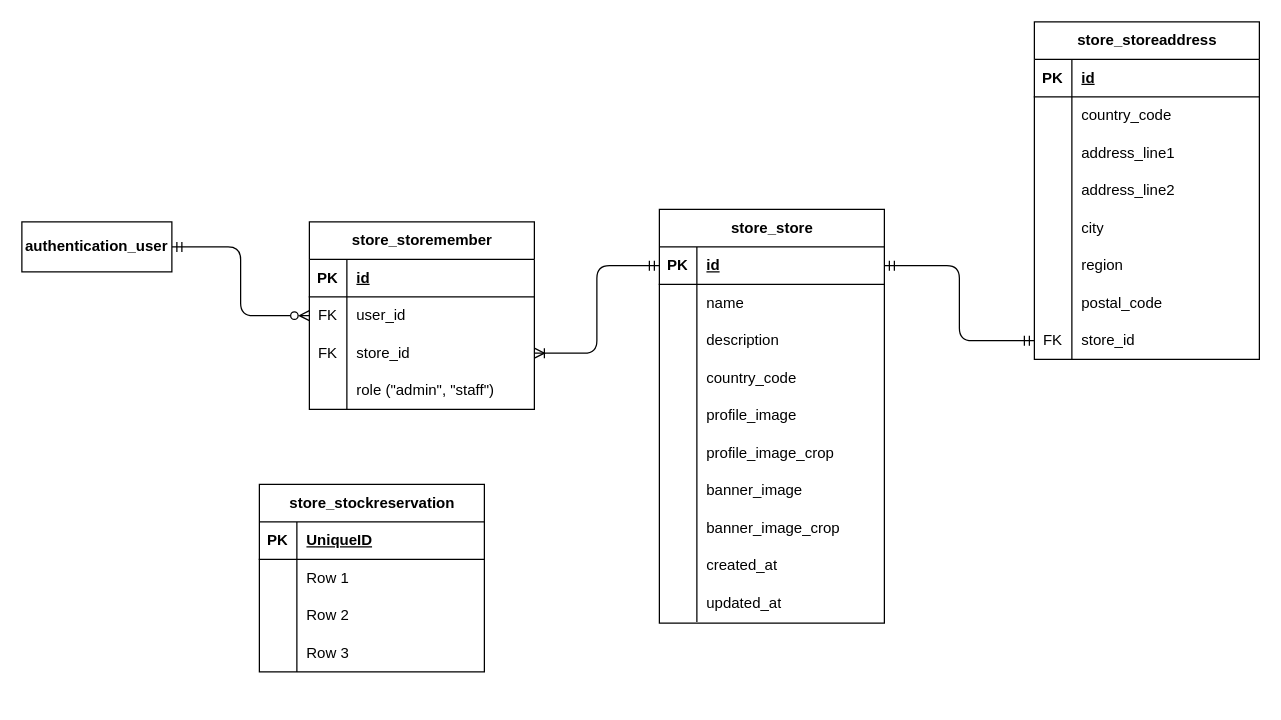
Before: page "Store" (7 of 10) of diagrams/erd/e-commerce-entity-relationship-diagram.drawio in RHILIUS/E-Commerce-Docs, a draw.io diagram. Source tidied: cells renumbered, new cells numbered last; positions are measured from the earlier drawing's top-left corner, leaving out a move shared by most shapes. Both pictures are drawn from the tidied source at 125%, with x=0, y=0 at pixel (21, 21).
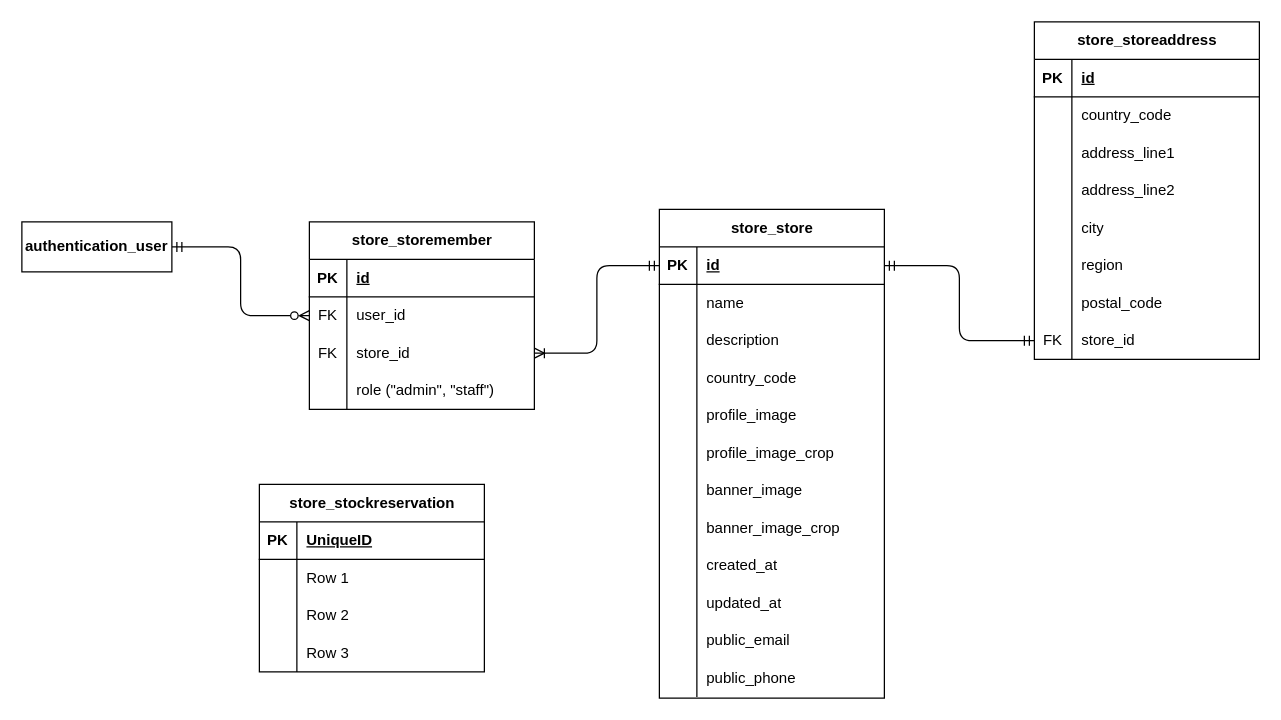
The same page after the edit.

Commit message:
feat(erd-store): add public_email and public_phone fields in store_store

Diff of the diagram source:
```diff
@@
     <mxCell id="2" value="store_store" style="shape=table;startSize=30;childLayout=tableLayout;rowLines=0;fontStyle=1;align=center;html=1;" parent="1" vertex="1">
-      <mxGeometry x="510" y="150" width="180" height="331" as="geometry" />
+      <mxGeometry x="510" y="150" width="180" height="391" as="geometry" />
     </mxCell>
@@
+    <mxCell id="88" style="shape=tableRow;horizontal=0;startSize=0;swimlaneHead=0;swimlaneBody=0;fillColor=none;top=0;left=0;right=0;bottom=0;" parent="2" vertex="1">
+      <mxGeometry y="330" width="180" height="30" as="geometry" />
+    </mxCell>
+    <mxCell id="89" style="shape=partialRectangle;fillColor=none;top=0;left=0;bottom=0;right=0;overflow=hidden;whiteSpace=wrap;html=1;" parent="88" vertex="1">
+      <mxGeometry width="30" height="30" as="geometry" />
+    </mxCell>
+    <mxCell id="90" value="public_email" style="shape=partialRectangle;fillColor=none;top=0;left=0;bottom=0;right=0;align=left;spacingLeft=6;overflow=hidden;whiteSpace=wrap;html=1;" parent="88" vertex="1">
+      <mxGeometry x="30" width="150" height="30" as="geometry" />
+    </mxCell>
+    <mxCell id="91" style="shape=tableRow;horizontal=0;startSize=0;swimlaneHead=0;swimlaneBody=0;fillColor=none;top=0;left=0;right=0;bottom=0;" parent="2" vertex="1">
+      <mxGeometry y="360" width="180" height="30" as="geometry" />
+    </mxCell>
+    <mxCell id="92" style="shape=partialRectangle;fillColor=none;top=0;left=0;bottom=0;right=0;overflow=hidden;whiteSpace=wrap;html=1;" parent="91" vertex="1">
+      <mxGeometry width="30" height="30" as="geometry" />
+    </mxCell>
+    <mxCell id="93" value="public_phone" style="shape=partialRectangle;fillColor=none;top=0;left=0;bottom=0;right=0;align=left;spacingLeft=6;overflow=hidden;whiteSpace=wrap;html=1;" parent="91" vertex="1">
+      <mxGeometry x="30" width="150" height="30" as="geometry" />
+    </mxCell>
```
